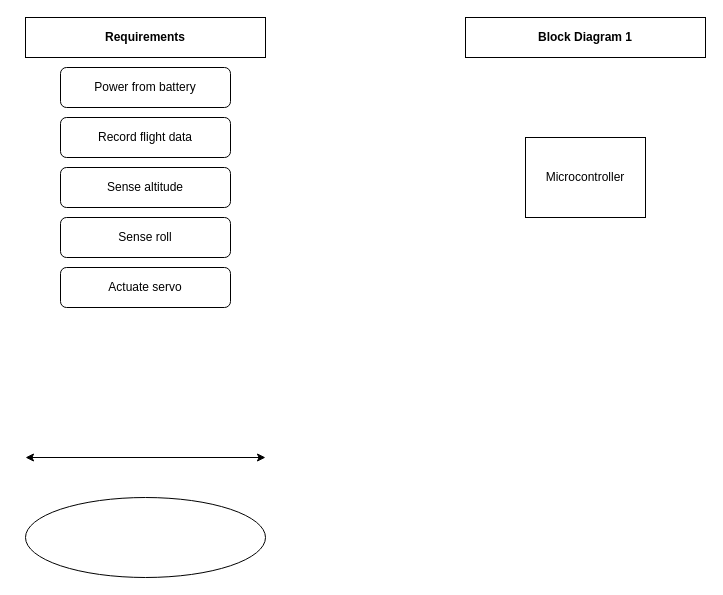
Above: diagram.drawio in elenajusto/smallflightv1 (draw.io), before the change. Source tidied: cells renumbered, new cells numbered last; positions are measured from the earlier drawing's top-left corner, leaving out a move shared by most shapes. Both pictures are drawn from the tidied source at 100%, with x=0, y=0 at pixel (25, 17).
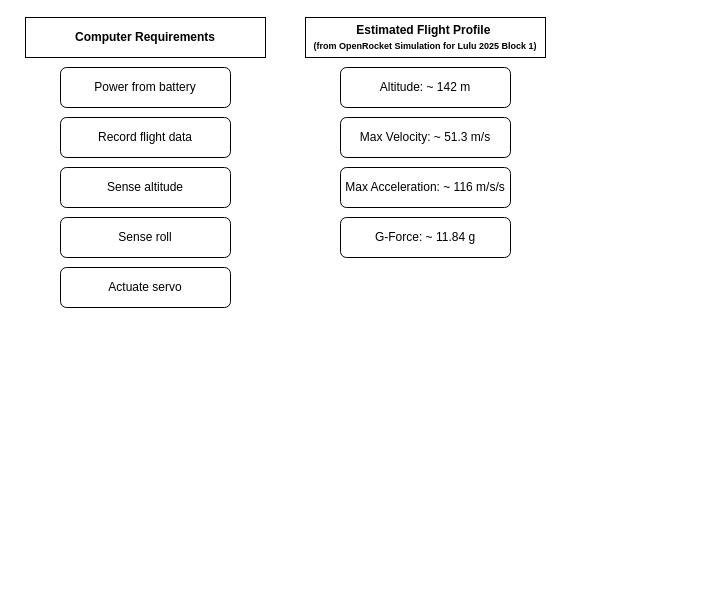
Above is the later version.

Commit message (it also covers changes not shown here):
design documents and datasheets. estimated flight profile and selected relevant components

Diff of the diagram source:
```diff
@@
 <mxGraphModel>
   <root>
     <mxCell id="0" />
     <mxCell id="1" parent="0" />
-    <mxCell id="2" value="Microcontroller" style="rounded=0;whiteSpace=wrap;html=1;" parent="1" vertex="1">
-      <mxGeometry x="500" y="120" width="120" height="80" as="geometry" />
-    </mxCell>
-    <mxCell id="3" style="ellipse;whiteSpace=wrap;html=1;" parent="1" vertex="1">
-      <mxGeometry y="480" width="240" height="80" as="geometry" />
-    </mxCell>
-    <mxCell id="4" style="endArrow=classic;startArrow=classic;html=1;rounded=0;" parent="1" edge="1">
-      <mxGeometry relative="1" as="geometry">
-        <mxPoint y="440" as="sourcePoint" />
-        <mxPoint x="240" y="440" as="targetPoint" />
-      </mxGeometry>
-    </mxCell>
-    <mxCell id="5" value="Requirements" style="rounded=0;whiteSpace=wrap;html=1;fontStyle=1;" parent="1" vertex="1">
+    <mxCell id="5" value="Computer Requirements" style="rounded=0;whiteSpace=wrap;html=1;fontStyle=1;" parent="1" vertex="1">
       <mxGeometry width="240" height="40" as="geometry" />
     </mxCell>
     <mxCell id="6" value="Record flight data" style="rounded=1;whiteSpace=wrap;html=1;" parent="1" vertex="1">
       <mxGeometry x="35" y="100" width="170" height="40" as="geometry" />
     </mxCell>
     <mxCell id="7" value="Power from battery" style="rounded=1;whiteSpace=wrap;html=1;" parent="1" vertex="1">
       <mxGeometry x="35" y="50" width="170" height="40" as="geometry" />
     </mxCell>
     <mxCell id="8" value="Actuate servo" style="rounded=1;whiteSpace=wrap;html=1;" parent="1" vertex="1">
       <mxGeometry x="35" y="250" width="170" height="40" as="geometry" />
     </mxCell>
     <mxCell id="9" value="Sense altitude" style="rounded=1;whiteSpace=wrap;html=1;" parent="1" vertex="1">
       <mxGeometry x="35" y="150" width="170" height="40" as="geometry" />
     </mxCell>
     <mxCell id="10" value="Sense roll" style="rounded=1;whiteSpace=wrap;html=1;" parent="1" vertex="1">
       <mxGeometry x="35" y="200" width="170" height="40" as="geometry" />
     </mxCell>
-    <mxCell id="11" value="Block Diagram 1" style="rounded=0;whiteSpace=wrap;html=1;fontStyle=1;" parent="1" vertex="1">
-      <mxGeometry x="440" width="240" height="40" as="geometry" />
-    </mxCell>
+    <mxCell id="12" value="Estimated Flight Profile&amp;nbsp;&lt;br&gt;&lt;font style=&quot;font-size: 9px;&quot;&gt;(from OpenRocket Simulation for Lulu 2025 Block 1)&lt;/font&gt;" style="rounded=0;whiteSpace=wrap;html=1;fontStyle=1;" parent="1" vertex="1">
+      <mxGeometry x="280" width="240" height="40" as="geometry" />
+    </mxCell>
+    <mxCell id="13" value="Max Velocity: ~ 51.3 m/s" style="rounded=1;whiteSpace=wrap;html=1;" parent="1" vertex="1">
+      <mxGeometry x="315" y="100" width="170" height="40" as="geometry" />
+    </mxCell>
+    <mxCell id="14" value="Altitude: ~ 142 m" style="rounded=1;whiteSpace=wrap;html=1;" parent="1" vertex="1">
+      <mxGeometry x="315" y="50" width="170" height="40" as="geometry" />
+    </mxCell>
+    <mxCell id="15" value="Max Acceleration: ~ 116 m/s/s" style="rounded=1;whiteSpace=wrap;html=1;" parent="1" vertex="1">
+      <mxGeometry x="315" y="150" width="170" height="40" as="geometry" />
+    </mxCell>
+    <mxCell id="16" value="G-Force: ~ 11.84 g" style="rounded=1;whiteSpace=wrap;html=1;" parent="1" vertex="1">
+      <mxGeometry x="315" y="200" width="170" height="40" as="geometry" />
+    </mxCell>
   </root>
 </mxGraphModel>
```
